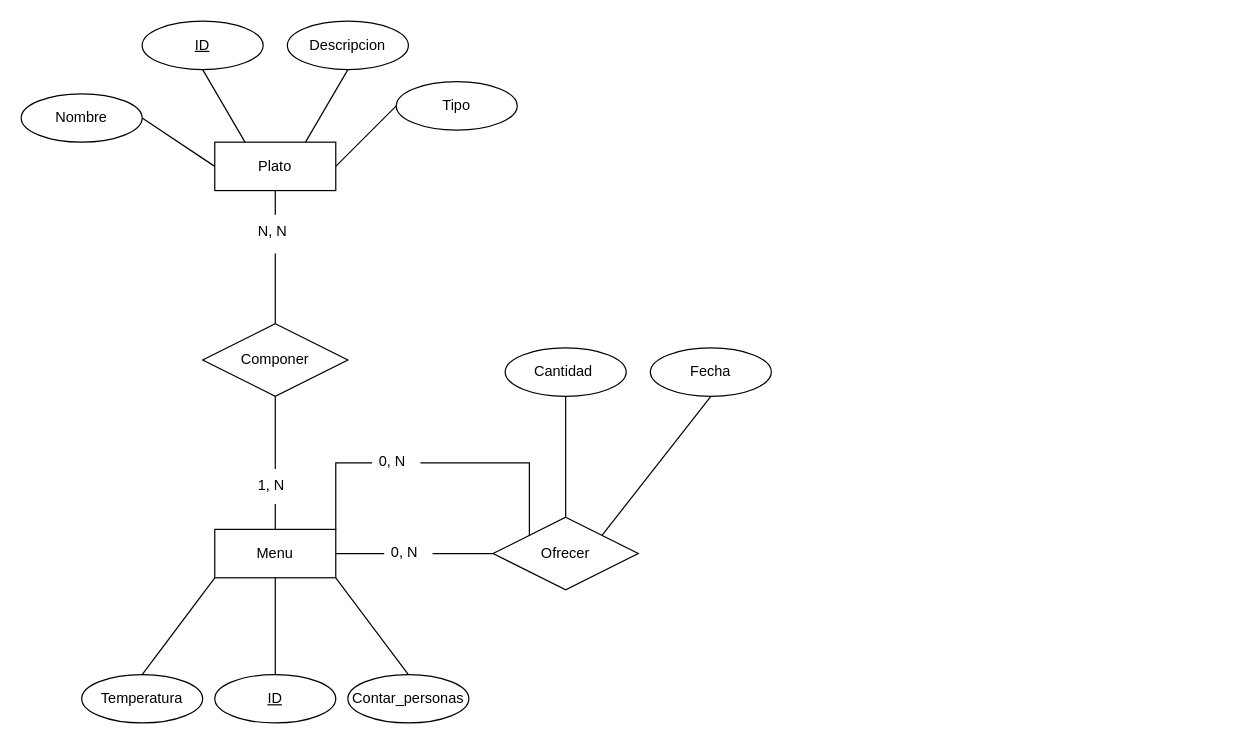
Before: Actividad_15_C3_UD12.drawio in jordimall/jmg-tsys-ta12diagramasER-drawio-111023, a draw.io diagram. Source tidied: cells renumbered, new cells numbered last; positions are measured from the earlier drawing's top-left corner, leaving out a move shared by most shapes. Both pictures are drawn from the tidied source at 121%, with x=0, y=0 at pixel (21, 21).
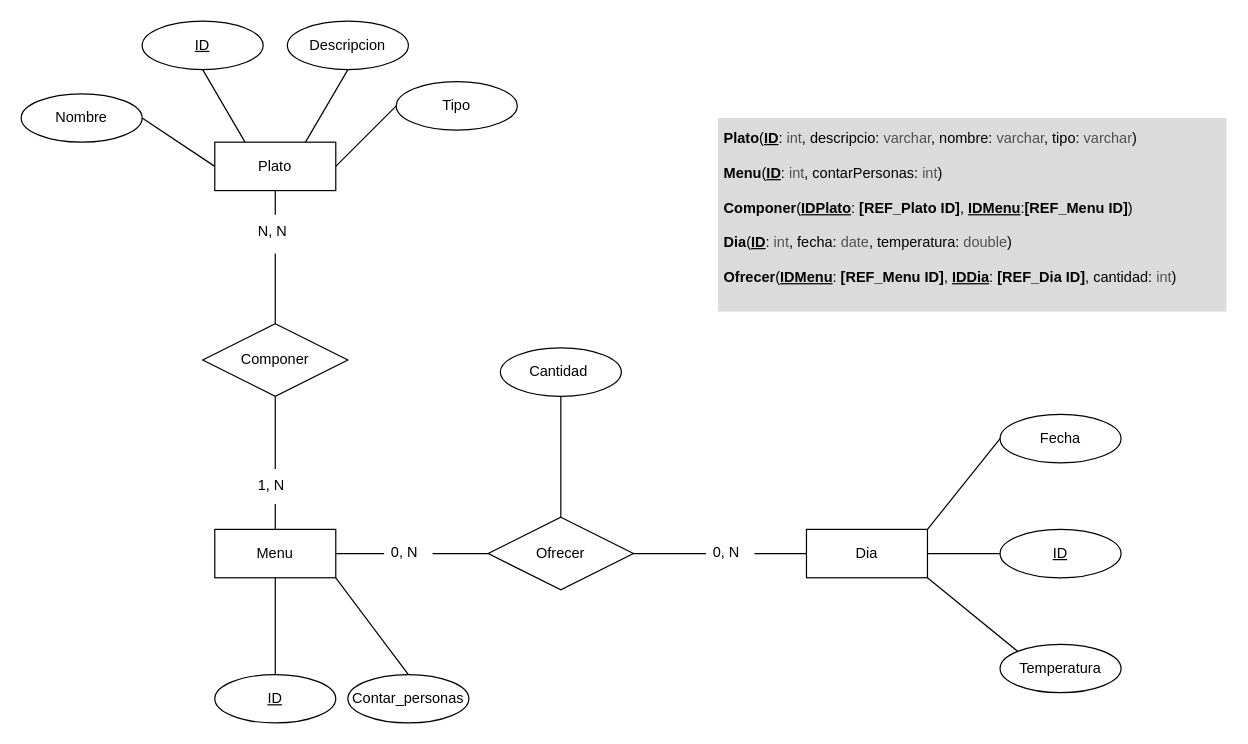
After the change.

Unchanged cells that the change refers to:
```xml
<mxCell id="3" value="Menu" style="whiteSpace=wrap;html=1;align=center;" parent="1" vertex="1">
  <mxGeometry x="160" y="420" width="100" height="40" as="geometry" />
</mxCell>
```

The edit, as a diff of the source:
```diff
@@
     <mxCell id="8" value="Cantidad&amp;nbsp;" style="ellipse;whiteSpace=wrap;html=1;align=center;" parent="1" vertex="1">
-      <mxGeometry x="400" y="270" width="100" height="40" as="geometry" />
+      <mxGeometry x="396" y="270" width="100" height="40" as="geometry" />
     </mxCell>
     <mxCell id="9" value="Temperatura" style="ellipse;whiteSpace=wrap;html=1;align=center;" parent="1" vertex="1">
-      <mxGeometry x="50" y="540" width="100" height="40" as="geometry" />
+      <mxGeometry x="809" y="515" width="100" height="40" as="geometry" />
     </mxCell>
@@
     <mxCell id="19" value="Ofrecer" style="shape=rhombus;perimeter=rhombusPerimeter;whiteSpace=wrap;html=1;align=center;" parent="1" vertex="1">
-      <mxGeometry x="390" y="410" width="120" height="60" as="geometry" />
+      <mxGeometry x="386" y="410" width="120" height="60" as="geometry" />
     </mxCell>
-    <mxCell id="20" value="0, N" style="text;strokeColor=none;fillColor=none;spacingLeft=4;spacingRight=4;overflow=hidden;points=[[0,0.5],[1,0.5]];portConstraint=eastwest;fontSize=12;whiteSpace=wrap;html=1;" parent="1" vertex="1">
-      <mxGeometry x="290" y="350" width="40" height="30" as="geometry" />
-    </mxCell>
@@
-    <mxCell id="24" style="endArrow=none;html=1;rounded=0;exitX=1;exitY=0.5;exitDx=0;exitDy=0;entryX=0;entryY=0;entryDx=0;entryDy=0;" parent="1" edge="1" source="20" target="19">
-      <mxGeometry relative="1" as="geometry">
-        <Array as="points">
-          <mxPoint x="420" y="365" />
-        </Array>
-      </mxGeometry>
-    </mxCell>
@@
-    <mxCell id="30" style="endArrow=none;html=1;rounded=0;exitX=0.5;exitY=0;exitDx=0;exitDy=0;entryX=0;entryY=1;entryDx=0;entryDy=0;" parent="1" edge="1" source="9" target="3">
+    <mxCell id="30" style="endArrow=none;html=1;rounded=0;exitX=0;exitY=0;exitDx=0;exitDy=0;entryX=1;entryY=1;entryDx=0;entryDy=0;" parent="1" edge="1" source="9" target="37">
       <mxGeometry relative="1" as="geometry" />
     </mxCell>
@@
     <mxCell id="32" value="Fecha" style="ellipse;whiteSpace=wrap;html=1;align=center;" parent="1" vertex="1">
-      <mxGeometry x="520" y="270" width="100" height="40" as="geometry" />
+      <mxGeometry x="809" y="325" width="100" height="40" as="geometry" />
     </mxCell>
-    <mxCell id="33" style="endArrow=none;html=1;rounded=0;exitX=0.5;exitY=1;exitDx=0;exitDy=0;entryX=1;entryY=0;entryDx=0;entryDy=0;" parent="1" edge="1" source="32" target="19">
+    <mxCell id="33" style="endArrow=none;html=1;rounded=0;exitX=0;exitY=0.5;exitDx=0;exitDy=0;entryX=1;entryY=0;entryDx=0;entryDy=0;" parent="1" edge="1" source="32" target="37">
       <mxGeometry relative="1" as="geometry" />
     </mxCell>
@@
-    <mxCell id="35" style="endArrow=none;html=1;rounded=0;exitX=1;exitY=0;exitDx=0;exitDy=0;entryX=0;entryY=0.5;entryDx=0;entryDy=0;" parent="1" edge="1" source="3" target="20">
-      <mxGeometry relative="1" as="geometry">
-        <Array as="points">
-          <mxPoint x="260" y="365" />
-        </Array>
-      </mxGeometry>
-    </mxCell>
+    <mxCell id="36" value="&lt;b style=&quot;background-color: initial;&quot;&gt;Plato&lt;/b&gt;&lt;span style=&quot;background-color: initial;&quot;&gt;(&lt;b&gt;&lt;u&gt;ID&lt;/u&gt;&lt;/b&gt;: &lt;span style=&quot;color: rgb(80, 80, 80);&quot;&gt;int&lt;/span&gt;,&amp;nbsp;&lt;/span&gt;&lt;span style=&quot;background-color: initial;&quot;&gt;descripcio: &lt;/span&gt;&lt;span style=&quot;background-color: initial; color: rgb(80, 80, 80);&quot;&gt;varchar&lt;/span&gt;&lt;span style=&quot;background-color: initial;&quot;&gt;, nombre: &lt;/span&gt;&lt;span style=&quot;background-color: initial; color: rgb(80, 80, 80);&quot;&gt;varchar&lt;/span&gt;&lt;span style=&quot;background-color: initial;&quot;&gt;, tipo: &lt;/span&gt;&lt;span style=&quot;background-color: initial; color: rgb(80, 80, 80);&quot;&gt;varchar&lt;/span&gt;&lt;span style=&quot;background-color: initial;&quot;&gt;)&lt;/span&gt;&lt;span style=&quot;background-color: initial;&quot;&gt;&lt;br&gt;&lt;/span&gt;&lt;br&gt;&lt;b style=&quot;background-color: initial;&quot;&gt;Menu&lt;/b&gt;&lt;span style=&quot;background-color: initial;&quot;&gt;(&lt;b&gt;&lt;u&gt;ID&lt;/u&gt;&lt;/b&gt;: &lt;span style=&quot;color: rgb(80, 80, 80);&quot;&gt;int&lt;/span&gt;,&amp;nbsp;&lt;/span&gt;&lt;span style=&quot;background-color: initial;&quot;&gt;contarPersonas: &lt;/span&gt;&lt;span style=&quot;background-color: initial; color: rgb(80, 80, 80);&quot;&gt;int&lt;/span&gt;&lt;span style=&quot;background-color: initial;&quot;&gt;)&lt;/span&gt;&lt;span style=&quot;background-color: initial;&quot;&gt;&lt;br&gt;&lt;/span&gt;&lt;br&gt;&lt;b style=&quot;background-color: initial;&quot;&gt;Componer&lt;/b&gt;&lt;span style=&quot;background-color: initial;&quot;&gt;(&lt;b&gt;&lt;u&gt;IDPlato&lt;/u&gt;&lt;/b&gt;: &lt;b&gt;[REF_Plato ID]&lt;/b&gt;, &lt;b&gt;&lt;u&gt;IDMenu&lt;/u&gt;&lt;/b&gt;:&lt;b&gt;[REF_Menu&amp;nbsp;&lt;/b&gt;&lt;/span&gt;&lt;b style=&quot;background-color: initial;&quot;&gt;ID]&lt;/b&gt;&lt;span style=&quot;background-color: initial;&quot;&gt;)&lt;/span&gt;&lt;span style=&quot;background-color: initial;&quot;&gt;&lt;b&gt;&lt;br&gt;&lt;/b&gt;&lt;/span&gt;&lt;br&gt;&lt;b style=&quot;background-color: initial;&quot;&gt;Dia&lt;/b&gt;&lt;span style=&quot;background-color: initial;&quot;&gt;(&lt;b&gt;&lt;u&gt;ID&lt;/u&gt;&lt;/b&gt;: &lt;span style=&quot;color: rgb(80, 80, 80);&quot;&gt;int&lt;/span&gt;,&amp;nbsp;&lt;/span&gt;&lt;span style=&quot;background-color: initial;&quot;&gt;fecha: &lt;/span&gt;&lt;span style=&quot;background-color: initial; color: rgb(80, 80, 80);&quot;&gt;date&lt;/span&gt;&lt;span style=&quot;background-color: initial;&quot;&gt;, temperatura: &lt;/span&gt;&lt;span style=&quot;background-color: initial; color: rgb(80, 80, 80);&quot;&gt;double&lt;/span&gt;&lt;span style=&quot;background-color: initial;&quot;&gt;)&lt;/span&gt;&lt;span style=&quot;background-color: initial;&quot;&gt;&lt;br&gt;&lt;/span&gt;&lt;br&gt;&lt;b style=&quot;background-color: initial;&quot;&gt;Ofrecer&lt;/b&gt;&lt;span style=&quot;background-color: initial;&quot;&gt;(&lt;b&gt;&lt;u&gt;IDMenu&lt;/u&gt;&lt;/b&gt;: &lt;b&gt;[REF_Menu ID]&lt;/b&gt;, &lt;b&gt;&lt;u&gt;IDDia&lt;/u&gt;&lt;/b&gt;:&lt;/span&gt;&lt;b style=&quot;background-color: initial;&quot;&gt;&amp;nbsp;[REF_Dia ID]&lt;/b&gt;&lt;span style=&quot;background-color: initial;&quot;&gt;, cantidad: &lt;/span&gt;&lt;span style=&quot;background-color: initial; color: rgb(80, 80, 80);&quot;&gt;int&lt;/span&gt;&lt;span style=&quot;background-color: initial;&quot;&gt;)&lt;/span&gt;&lt;span style=&quot;background-color: initial;&quot;&gt;&lt;br&gt;&lt;/span&gt;&lt;br&gt;&lt;br&gt;&lt;br&gt;&lt;br&gt;&lt;br&gt;" style="text;html=1;strokeColor=none;fillColor=#dbdbdb;align=left;verticalAlign=top;whiteSpace=wrap;rounded=0;fontSize=12;spacing=5;" parent="1" vertex="1">
+      <mxGeometry x="576" y="80" width="420" height="160" as="geometry" />
+    </mxCell>
+    <mxCell id="37" value="Dia" style="whiteSpace=wrap;html=1;align=center;" parent="1" vertex="1">
+      <mxGeometry x="649" y="420" width="100" height="40" as="geometry" />
+    </mxCell>
+    <mxCell id="38" value="ID" style="ellipse;whiteSpace=wrap;html=1;align=center;fontStyle=4;" parent="1" vertex="1">
+      <mxGeometry x="809" y="420" width="100" height="40" as="geometry" />
+    </mxCell>
+    <mxCell id="39" style="endArrow=none;html=1;rounded=0;exitX=0;exitY=0.5;exitDx=0;exitDy=0;entryX=1;entryY=0.5;entryDx=0;entryDy=0;" parent="1" edge="1" source="38" target="37">
+      <mxGeometry relative="1" as="geometry" />
+    </mxCell>
+    <mxCell id="20" value="0, N" style="text;strokeColor=none;fillColor=none;spacingLeft=4;spacingRight=4;overflow=hidden;points=[[0,0.5],[1,0.5]];portConstraint=eastwest;fontSize=12;whiteSpace=wrap;html=1;" parent="1" vertex="1">
+      <mxGeometry x="566" y="425" width="40" height="30" as="geometry" />
+    </mxCell>
+    <mxCell id="24" style="endArrow=none;html=1;rounded=0;exitX=0;exitY=0.5;exitDx=0;exitDy=0;entryX=1;entryY=0.5;entryDx=0;entryDy=0;" parent="1" edge="1" source="20" target="19">
+      <mxGeometry relative="1" as="geometry" />
+    </mxCell>
+    <mxCell id="40" style="endArrow=none;html=1;rounded=0;exitX=1;exitY=0.5;exitDx=0;exitDy=0;entryX=0;entryY=0.5;entryDx=0;entryDy=0;" parent="1" edge="1" source="20" target="37">
+      <mxGeometry relative="1" as="geometry" />
+    </mxCell>
```
